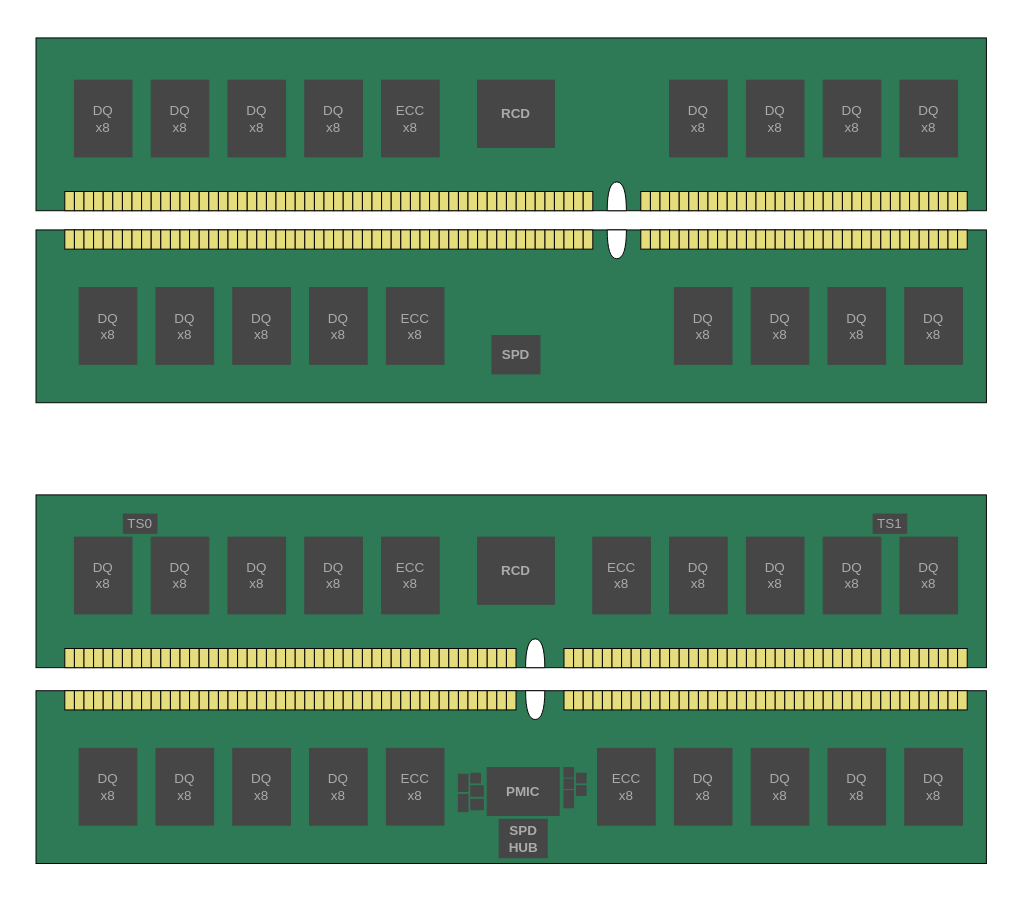
The draw.io diagram docs/images/dimm/ddr4_vs_ddr5_dimm.drawio in shingaridavesh/memoryandarchitecture, before the edit. Source tidied: cells renumbered, new cells numbered last; positions are measured from the earlier drawing's top-left corner, leaving out a move shared by most shapes. Both pictures are drawn from the tidied source at 96%, with x=0, y=0 at pixel (36, 37).
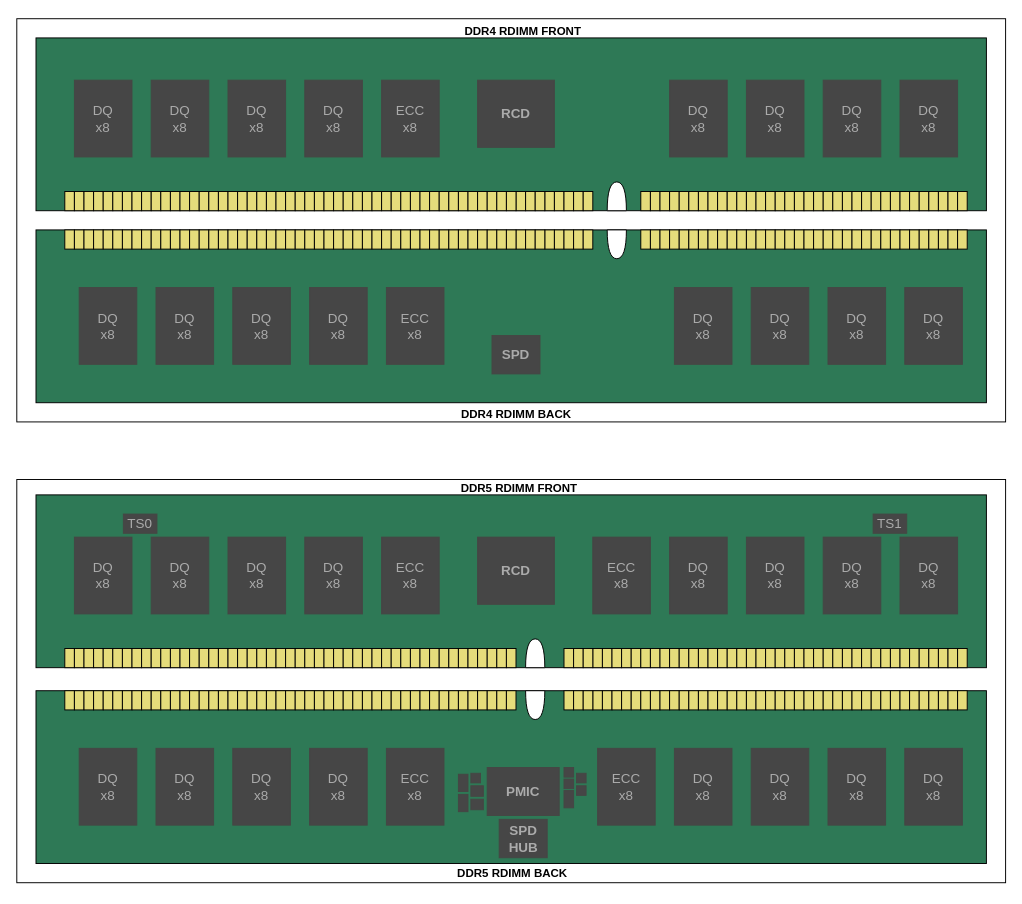
Above is the later version.

The edit, as a diff of the source:
```diff
@@
+    <mxCell id="421" style="rounded=0;whiteSpace=wrap;html=1;" parent="1" vertex="1">
+      <mxGeometry x="-20" y="460" width="1030" height="420" as="geometry" />
+    </mxCell>
+    <mxCell id="422" style="rounded=0;whiteSpace=wrap;html=1;" parent="1" vertex="1">
+      <mxGeometry x="-20" y="-20" width="1030" height="420" as="geometry" />
+    </mxCell>
@@
+    <mxCell id="423" value="DDR4 RDIMM FRONT" style="text;html=1;align=center;verticalAlign=middle;whiteSpace=wrap;rounded=0;fontStyle=1;" parent="1" vertex="1">
+      <mxGeometry x="430" y="-22" width="155" height="30" as="geometry" />
+    </mxCell>
+    <mxCell id="424" value="DDR4 RDIMM BACK" style="text;html=1;align=center;verticalAlign=middle;whiteSpace=wrap;rounded=0;fontStyle=1;" parent="1" vertex="1">
+      <mxGeometry x="422.5" y="377" width="155" height="30" as="geometry" />
+    </mxCell>
+    <mxCell id="425" value="DDR5 RDIMM FRONT" style="text;html=1;align=center;verticalAlign=middle;whiteSpace=wrap;rounded=0;fontStyle=1;" parent="1" vertex="1">
+      <mxGeometry x="426" y="453.5" width="155" height="30" as="geometry" />
+    </mxCell>
+    <mxCell id="426" value="DDR5 RDIMM BACK" style="text;html=1;align=center;verticalAlign=middle;whiteSpace=wrap;rounded=0;fontStyle=1;" parent="1" vertex="1">
+      <mxGeometry x="418.5" y="855.5" width="155" height="30" as="geometry" />
+    </mxCell>
```
